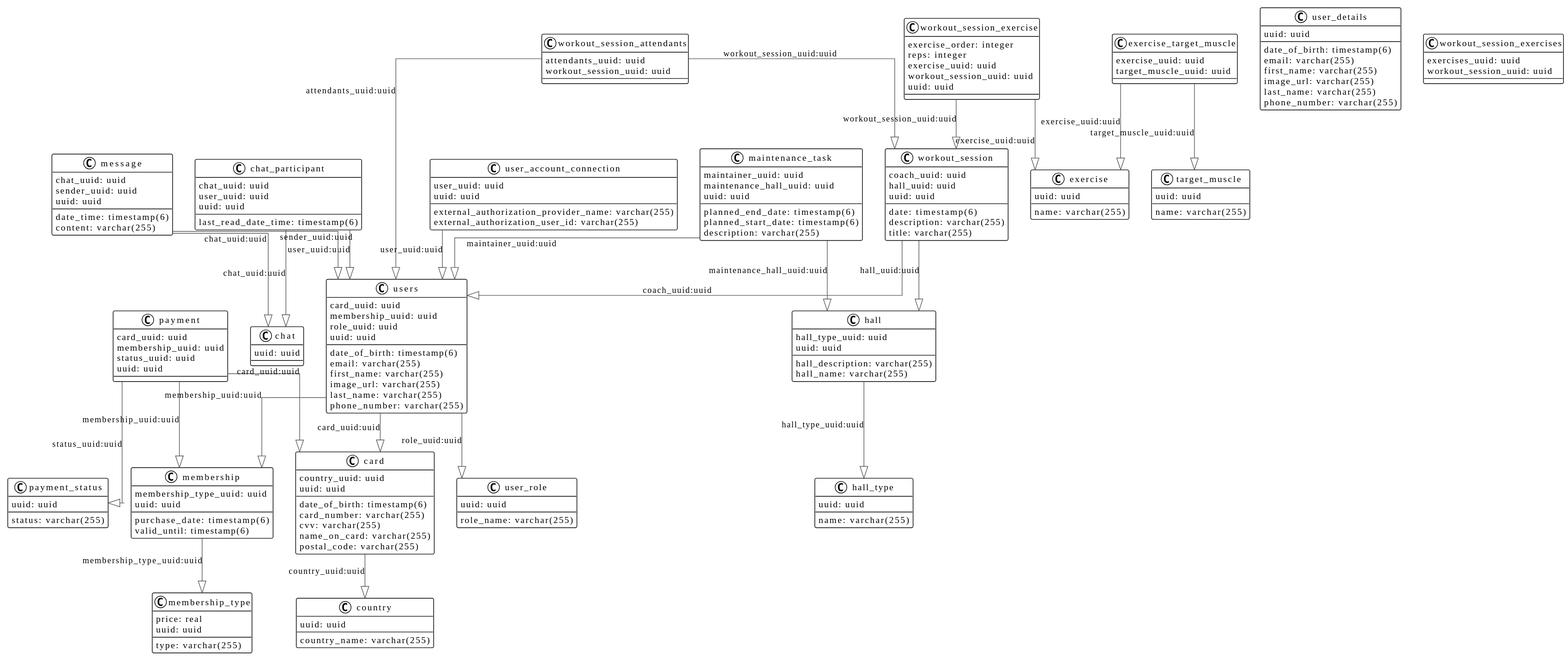
This is docs/model.svg from rafal11ck/gym-api, a PlantUML export, as it was before one commit.
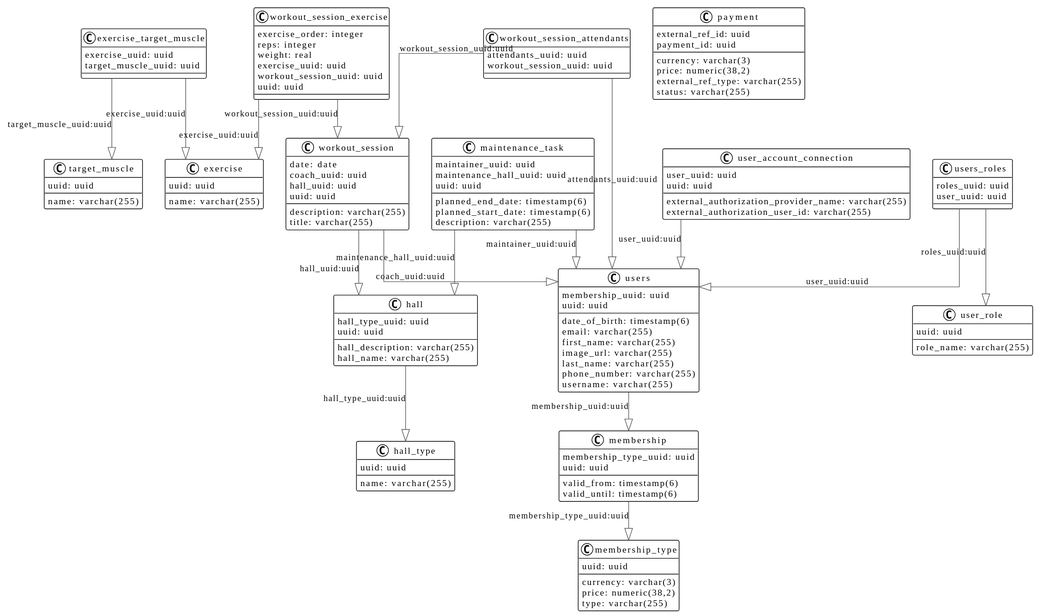
After the commit.

The edit, as a diff of the source:
```diff
@@ -3,28 +3,6 @@
 top to bottom direction
 skinparam linetype ortho
 
-class card {
-   date_of_birth: timestamp(6)
-   country_uuid: uuid
-   card_number: varchar(255)
-   cvv: varchar(255)
-   name_on_card: varchar(255)
-   postal_code: varchar(255)
-   uuid: uuid
-}
-class chat {
-   uuid: uuid
-}
-class chat_participant {
-   last_read_date_time: timestamp(6)
-   chat_uuid: uuid
-   user_uuid: uuid
-   uuid: uuid
-}
-class country {
-   country_name: varchar(255)
-   uuid: uuid
-}
 class exercise {
    name: varchar(255)
    uuid: uuid
@@ -52,32 +30,24 @@
    uuid: uuid
 }
 class membership {
-   purchase_date: timestamp(6)
+   valid_from: timestamp(6)
    valid_until: timestamp(6)
    membership_type_uuid: uuid
    uuid: uuid
 }
 class membership_type {
-   price: real
+   currency: varchar(3)
+   price: numeric(38,2)
    type: varchar(255)
    uuid: uuid
 }
-class message {
-   date_time: timestamp(6)
-   chat_uuid: uuid
-   sender_uuid: uuid
-   content: varchar(255)
-   uuid: uuid
-}
 class payment {
-   card_uuid: uuid
-   membership_uuid: uuid
-   status_uuid: uuid
-   uuid: uuid
-}
-class payment_status {
+   currency: varchar(3)
+   price: numeric(38,2)
+   external_ref_id: uuid
+   external_ref_type: varchar(255)
    status: varchar(255)
-   uuid: uuid
+   payment_id: uuid
 }
 class target_muscle {
    name: varchar(255)
@@ -89,33 +59,27 @@
    external_authorization_user_id: varchar(255)
    uuid: uuid
 }
-class user_details {
-   date_of_birth: timestamp(6)
-   email: varchar(255)
-   first_name: varchar(255)
-   image_url: varchar(255)
-   last_name: varchar(255)
-   phone_number: varchar(255)
-   uuid: uuid
-}
 class user_role {
    role_name: varchar(255)
    uuid: uuid
 }
 class users {
    date_of_birth: timestamp(6)
-   card_uuid: uuid
    membership_uuid: uuid
-   role_uuid: uuid
    email: varchar(255)
    first_name: varchar(255)
    image_url: varchar(255)
    last_name: varchar(255)
    phone_number: varchar(255)
+   username: varchar(255)
    uuid: uuid
 }
+class users_roles {
+   roles_uuid: uuid
+   user_uuid: uuid
+}
 class workout_session {
-   date: timestamp(6)
+   date: date
    coach_uuid: uuid
    hall_uuid: uuid
    description: varchar(255)
@@ -129,33 +93,22 @@
 class workout_session_exercise {
    exercise_order: integer
    reps: integer
+   weight: real
    exercise_uuid: uuid
    workout_session_uuid: uuid
    uuid: uuid
 }
-class workout_session_exercises {
-   exercises_uuid: uuid
-   workout_session_uuid: uuid
-}
 
-card                        -[#595959,plain]-^  country                    : "country_uuid:uuid"
-chat_participant            -[#595959,plain]-^  chat                       : "chat_uuid:uuid"
-chat_participant            -[#595959,plain]-^  users                      : "user_uuid:uuid"
 exercise_target_muscle      -[#595959,plain]-^  exercise                   : "exercise_uuid:uuid"
 exercise_target_muscle      -[#595959,plain]-^  target_muscle              : "target_muscle_uuid:uuid"
 hall                        -[#595959,plain]-^  hall_type                  : "hall_type_uuid:uuid"
 maintenance_task            -[#595959,plain]-^  hall                       : "maintenance_hall_uuid:uuid"
 maintenance_task            -[#595959,plain]-^  users                      : "maintainer_uuid:uuid"
 membership                  -[#595959,plain]-^  membership_type            : "membership_type_uuid:uuid"
-message                     -[#595959,plain]-^  chat                       : "chat_uuid:uuid"
-message                     -[#595959,plain]-^  users                      : "sender_uuid:uuid"
-payment                     -[#595959,plain]-^  card                       : "card_uuid:uuid"
-payment                     -[#595959,plain]-^  membership                 : "membership_uuid:uuid"
-payment                     -[#595959,plain]-^  payment_status             : "status_uuid:uuid"
 user_account_connection     -[#595959,plain]-^  users                      : "user_uuid:uuid"
-users                       -[#595959,plain]-^  card                       : "card_uuid:uuid"
 users                       -[#595959,plain]-^  membership                 : "membership_uuid:uuid"
-users                       -[#595959,plain]-^  user_role                  : "role_uuid:uuid"
+users_roles                 -[#595959,plain]-^  user_role                  : "roles_uuid:uuid"
+users_roles                 -[#595959,plain]-^  users                      : "user_uuid:uuid"
 workout_session             -[#595959,plain]-^  hall                       : "hall_uuid:uuid"
 workout_session             -[#595959,plain]-^  users                      : "coach_uuid:uuid"
 workout_session_attendants  -[#595959,plain]-^  users                      : "attendants_uuid:uuid"
```
